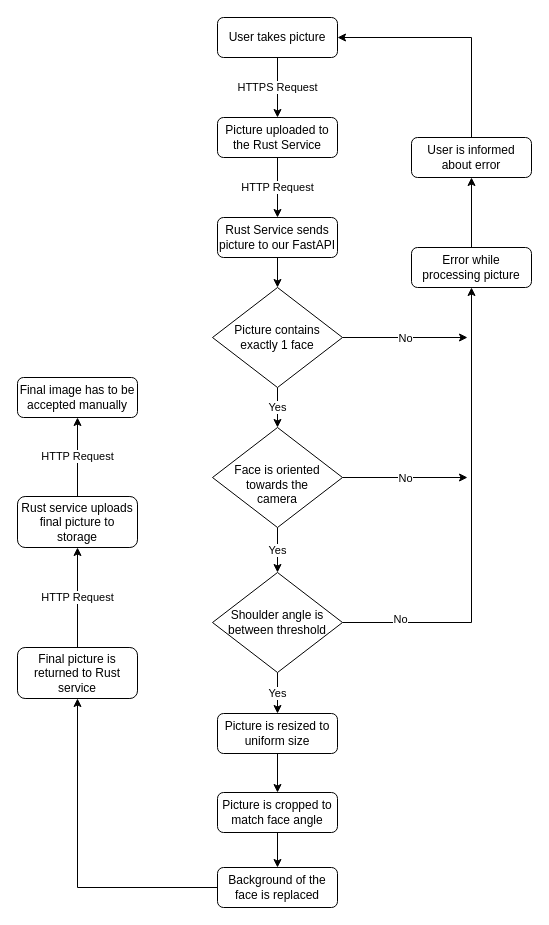
This is files/FlowDiagram.drawio from Raphmatt/face-detection, a draw.io file, before an edit. Source tidied: cells renumbered, new cells numbered last; positions are measured from the earlier drawing's top-left corner, leaving out a move shared by most shapes. Both pictures are drawn from the tidied source at 100%, with x=0, y=0 at pixel (17, 17).
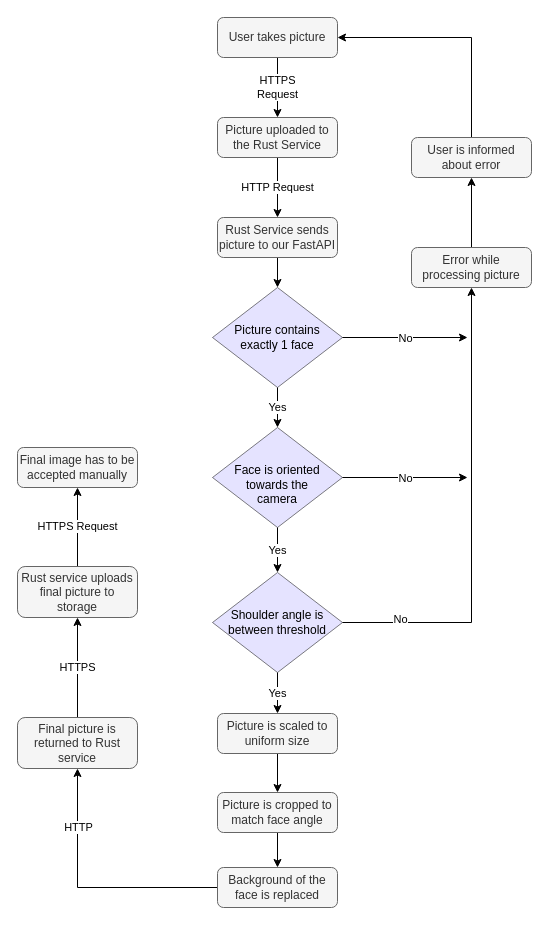
After the change.

The change refers to these unchanged cells:
```xml
<mxCell id="24" style="edgeStyle=orthogonalEdgeStyle;rounded=0;jettySize=auto;html=1;entryX=0.5;entryY=1;entryDx=0;entryDy=0;" parent="1" edge="1" source="25" target="29">
  <mxGeometry relative="1" as="geometry" />
</mxCell>
```

Change to the diagram source:
```diff
@@
-    <mxCell id="2" value="HTTPS Request" style="edgeStyle=orthogonalEdgeStyle;rounded=0;jettySize=auto;html=1;entryX=0.5;entryY=0;entryDx=0;entryDy=0;" parent="1" edge="1" source="3" target="5">
+    <mxCell id="2" value="HTTPS&lt;br&gt;Request" style="edgeStyle=orthogonalEdgeStyle;rounded=0;jettySize=auto;html=1;entryX=0.5;entryY=0;entryDx=0;entryDy=0;" parent="1" edge="1" source="3" target="5">
       <mxGeometry relative="1" as="geometry" />
     </mxCell>
-    <mxCell id="3" value="User takes picture" style="rounded=1;whiteSpace=wrap;html=1;fontSize=12;glass=0;strokeWidth=1;shadow=0;" parent="1" vertex="1">
+    <mxCell id="3" value="User takes picture" style="rounded=1;whiteSpace=wrap;html=1;fontSize=12;glass=0;strokeWidth=1;shadow=0;fillColor=#f5f5f5;fontColor=#333333;strokeColor=#666666;" parent="1" vertex="1">
       <mxGeometry x="200" width="120" height="40" as="geometry" />
     </mxCell>
@@
-    <mxCell id="5" value="Picture uploaded to the Rust Service" style="rounded=1;whiteSpace=wrap;html=1;fontSize=12;glass=0;strokeWidth=1;shadow=0;" parent="1" vertex="1">
+    <mxCell id="5" value="Picture uploaded to the Rust Service" style="rounded=1;whiteSpace=wrap;html=1;fontSize=12;glass=0;strokeWidth=1;shadow=0;fillColor=#f5f5f5;fontColor=#333333;strokeColor=#666666;" parent="1" vertex="1">
       <mxGeometry x="200" y="100" width="120" height="40" as="geometry" />
     </mxCell>
@@
-    <mxCell id="7" value="Rust Service sends picture to our FastAPI" style="rounded=1;whiteSpace=wrap;html=1;fontSize=12;glass=0;strokeWidth=1;shadow=0;" parent="1" vertex="1">
+    <mxCell id="7" value="Rust Service sends picture to our FastAPI" style="rounded=1;whiteSpace=wrap;html=1;fontSize=12;glass=0;strokeWidth=1;shadow=0;fillColor=#f5f5f5;fontColor=#333333;strokeColor=#666666;" parent="1" vertex="1">
       <mxGeometry x="200" y="200" width="120" height="40" as="geometry" />
     </mxCell>
@@
-    <mxCell id="10" value="Picture contains &lt;br&gt;exactly 1 face" style="rhombus;whiteSpace=wrap;html=1;" parent="1" vertex="1">
+    <mxCell id="10" value="Picture contains &lt;br&gt;exactly 1 face" style="rhombus;whiteSpace=wrap;html=1;fillColor=#cbc7ff;opacity=50;" parent="1" vertex="1">
       <mxGeometry x="195" y="270" width="130" height="100" as="geometry" />
     </mxCell>
@@
-    <mxCell id="12" value="Error while processing picture" style="rounded=1;whiteSpace=wrap;html=1;fontSize=12;glass=0;strokeWidth=1;shadow=0;" parent="1" vertex="1">
+    <mxCell id="12" value="Error while processing picture" style="rounded=1;whiteSpace=wrap;html=1;fontSize=12;glass=0;strokeWidth=1;shadow=0;fillColor=#f5f5f5;fontColor=#333333;strokeColor=#666666;" parent="1" vertex="1">
       <mxGeometry x="394" y="230" width="120" height="40" as="geometry" />
     </mxCell>
@@
-    <mxCell id="14" value="User is informed about error" style="rounded=1;whiteSpace=wrap;html=1;fontSize=12;glass=0;strokeWidth=1;shadow=0;" parent="1" vertex="1">
+    <mxCell id="14" value="User is informed about error" style="rounded=1;whiteSpace=wrap;html=1;fontSize=12;glass=0;strokeWidth=1;shadow=0;fillColor=#f5f5f5;fontColor=#333333;strokeColor=#666666;" parent="1" vertex="1">
       <mxGeometry x="394" y="120" width="120" height="40" as="geometry" />
     </mxCell>
@@
-    <mxCell id="17" value="&lt;br&gt;Face is oriented&lt;br&gt;towards the &lt;br&gt;camera" style="rhombus;whiteSpace=wrap;html=1;" parent="1" vertex="1">
+    <mxCell id="17" value="&lt;br&gt;Face is oriented&lt;br&gt;towards the &lt;br&gt;camera" style="rhombus;whiteSpace=wrap;html=1;fillColor=#cbc7ff;opacity=50;" parent="1" vertex="1">
       <mxGeometry x="195" y="410" width="130" height="100" as="geometry" />
     </mxCell>
@@
-    <mxCell id="21" value="Shoulder angle is between threshold" style="rhombus;whiteSpace=wrap;html=1;" parent="1" vertex="1">
+    <mxCell id="21" value="Shoulder angle is between threshold" style="rhombus;whiteSpace=wrap;html=1;fillColor=#cbc7ff;opacity=50;" parent="1" vertex="1">
       <mxGeometry x="195" y="555" width="130" height="100" as="geometry" />
     </mxCell>
@@
-    <mxCell id="23" value="Picture is cropped to match face angle" style="rounded=1;whiteSpace=wrap;html=1;fontSize=12;glass=0;strokeWidth=1;shadow=0;" parent="1" vertex="1">
+    <mxCell id="23" value="Picture is cropped to match face angle" style="rounded=1;whiteSpace=wrap;html=1;fontSize=12;glass=0;strokeWidth=1;shadow=0;fillColor=#f5f5f5;fontColor=#333333;strokeColor=#666666;" parent="1" vertex="1">
       <mxGeometry x="200" y="775" width="120" height="40" as="geometry" />
     </mxCell>
@@
+    <mxCell id="33" value="HTTP" style="edgeLabel;html=1;align=center;verticalAlign=middle;" parent="24" vertex="1">
+      <mxGeometry x="0.55" relative="1" as="geometry" />
+    </mxCell>
-    <mxCell id="25" value="Background of the face is replaced" style="rounded=1;whiteSpace=wrap;html=1;fontSize=12;glass=0;strokeWidth=1;shadow=0;" parent="1" vertex="1">
+    <mxCell id="25" value="Background of the face is replaced" style="rounded=1;whiteSpace=wrap;html=1;fontSize=12;glass=0;strokeWidth=1;shadow=0;fillColor=#f5f5f5;fontColor=#333333;strokeColor=#666666;" parent="1" vertex="1">
       <mxGeometry x="200" y="850" width="120" height="40" as="geometry" />
     </mxCell>
@@
-    <mxCell id="27" value="Picture is resized to uniform size" style="rounded=1;whiteSpace=wrap;html=1;fontSize=12;glass=0;strokeWidth=1;shadow=0;" parent="1" vertex="1">
+    <mxCell id="27" value="Picture is scaled to uniform size" style="rounded=1;whiteSpace=wrap;html=1;fontSize=12;glass=0;strokeWidth=1;shadow=0;fillColor=#f5f5f5;fontColor=#333333;strokeColor=#666666;" parent="1" vertex="1">
       <mxGeometry x="200" y="696" width="120" height="40" as="geometry" />
     </mxCell>
-    <mxCell id="28" value="HTTP Request" style="edgeStyle=orthogonalEdgeStyle;rounded=0;jettySize=auto;html=1;" parent="1" edge="1" source="29" target="31">
+    <mxCell id="28" value="HTTPS" style="edgeStyle=orthogonalEdgeStyle;rounded=0;jettySize=auto;html=1;" parent="1" edge="1" source="29" target="31">
       <mxGeometry relative="1" as="geometry" />
     </mxCell>
-    <mxCell id="29" value="Final picture is returned to Rust service" style="rounded=1;whiteSpace=wrap;html=1;fontSize=12;glass=0;strokeWidth=1;shadow=0;" parent="1" vertex="1">
-      <mxGeometry y="630" width="120" height="51" as="geometry" />
+    <mxCell id="29" value="Final picture is returned to Rust service" style="rounded=1;whiteSpace=wrap;html=1;fontSize=12;glass=0;strokeWidth=1;shadow=0;fillColor=#f5f5f5;fontColor=#333333;strokeColor=#666666;" parent="1" vertex="1">
+      <mxGeometry y="700" width="120" height="51" as="geometry" />
     </mxCell>
-    <mxCell id="30" value="HTTP Request" style="edgeStyle=orthogonalEdgeStyle;rounded=0;jettySize=auto;html=1;entryX=0.5;entryY=1;entryDx=0;entryDy=0;" parent="1" edge="1" source="31" target="32">
+    <mxCell id="30" value="HTTPS Request" style="edgeStyle=orthogonalEdgeStyle;rounded=0;jettySize=auto;html=1;entryX=0.5;entryY=1;entryDx=0;entryDy=0;" parent="1" edge="1" source="31" target="32">
       <mxGeometry relative="1" as="geometry" />
     </mxCell>
-    <mxCell id="31" value="Rust service uploads final picture to storage" style="rounded=1;whiteSpace=wrap;html=1;fontSize=12;glass=0;strokeWidth=1;shadow=0;" parent="1" vertex="1">
-      <mxGeometry y="479" width="120" height="51" as="geometry" />
+    <mxCell id="31" value="Rust service uploads final picture to storage" style="rounded=1;whiteSpace=wrap;html=1;fontSize=12;glass=0;strokeWidth=1;shadow=0;fillColor=#f5f5f5;fontColor=#333333;strokeColor=#666666;" parent="1" vertex="1">
+      <mxGeometry y="549" width="120" height="51" as="geometry" />
     </mxCell>
-    <mxCell id="32" value="Final image has to be accepted manually" style="rounded=1;whiteSpace=wrap;html=1;fontSize=12;glass=0;strokeWidth=1;shadow=0;" parent="1" vertex="1">
-      <mxGeometry y="360" width="120" height="40" as="geometry" />
+    <mxCell id="32" value="Final image has to be accepted manually" style="rounded=1;whiteSpace=wrap;html=1;fontSize=12;glass=0;strokeWidth=1;shadow=0;fillColor=#f5f5f5;fontColor=#333333;strokeColor=#666666;" parent="1" vertex="1">
+      <mxGeometry y="430" width="120" height="40" as="geometry" />
     </mxCell>
```
